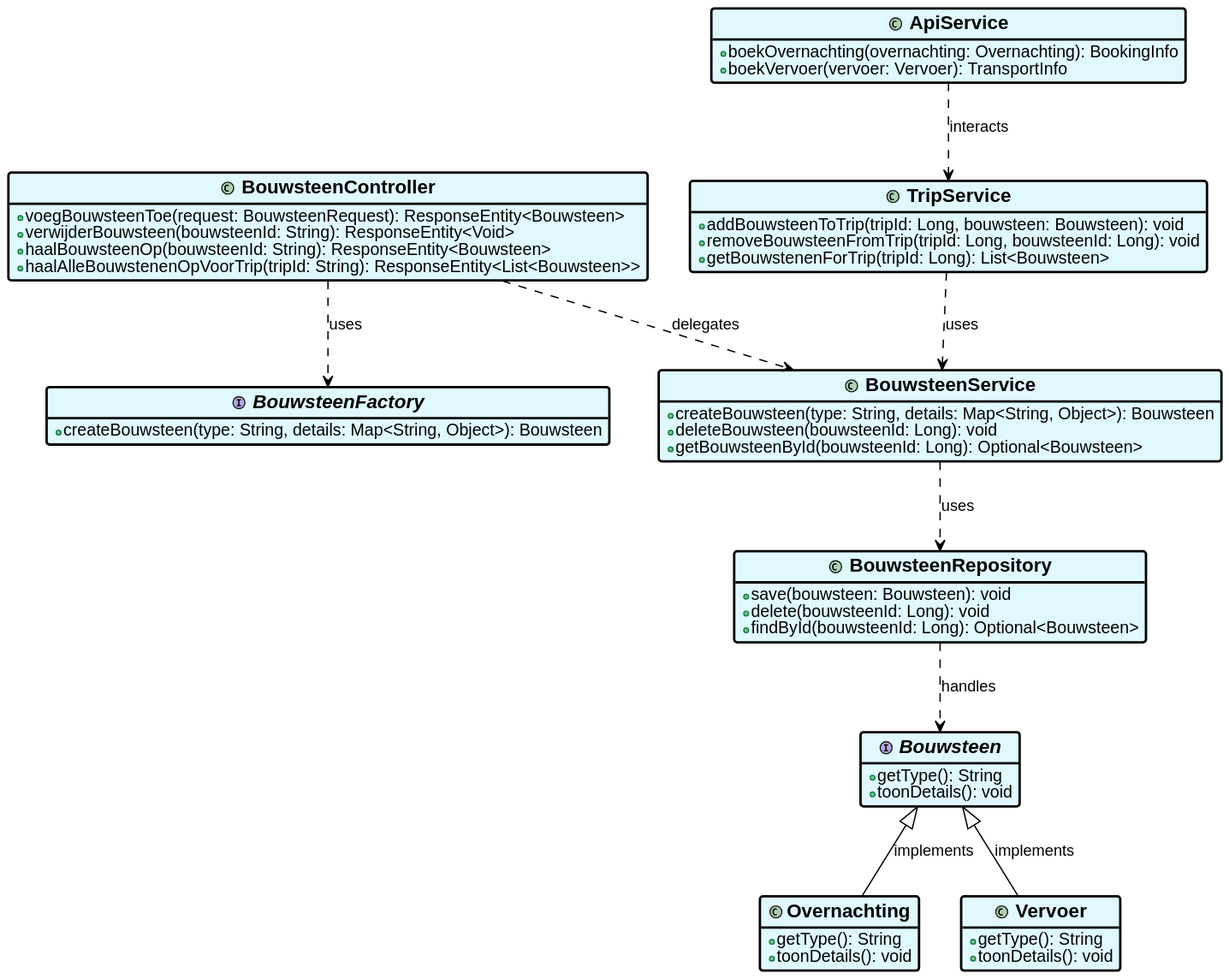
Earlier version of the PlantUML export Bartu/Onderzoek/classDiagramOnderzoek-0.svg (AIM-ENE-feb25/triptop-dravende-dikdiks).
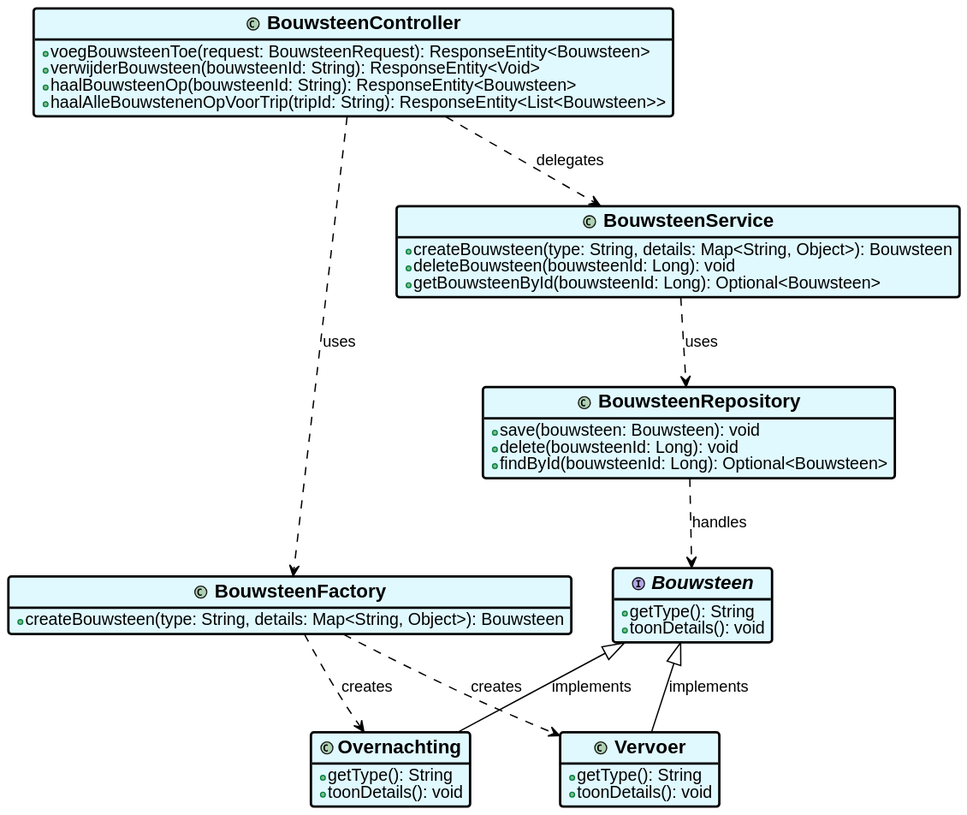
Later version of the same file.

The edit, as a diff of the source:
```diff
@@ -8,7 +8,7 @@
     +haalAlleBouwstenenOpVoorTrip(tripId: String): ResponseEntity<List<Bouwsteen>>
 }
 
-interface BouwsteenFactory {
+class BouwsteenFactory {
     +createBouwsteen(type: String, details: Map<String, Object>): Bouwsteen
 }
 
@@ -24,16 +24,6 @@
     +findById(bouwsteenId: Long): Optional<Bouwsteen>
 }
 
-class TripService {
-    +addBouwsteenToTrip(tripId: Long, bouwsteen: Bouwsteen): void
-    +removeBouwsteenFromTrip(tripId: Long, bouwsteenId: Long): void
-    +getBouwstenenForTrip(tripId: Long): List<Bouwsteen>
-}
-
-class ApiService {
-    +boekOvernachting(overnachting: Overnachting): BookingInfo
-    +boekVervoer(vervoer: Vervoer): TransportInfo
-}
 
 interface Bouwsteen {
     +getType(): String
@@ -54,9 +44,9 @@
 Bouwsteen <|-- Vervoer : implements
 
 BouwsteenController ..> BouwsteenFactory : uses
+BouwsteenFactory ..> Overnachting : creates
+BouwsteenFactory ..> Vervoer : creates
 BouwsteenController ..> BouwsteenService : delegates
 BouwsteenService ..> BouwsteenRepository : uses
 BouwsteenRepository ..> Bouwsteen : handles
-TripService ..> BouwsteenService : uses
-ApiService ..> TripService : interacts
 @enduml
```
